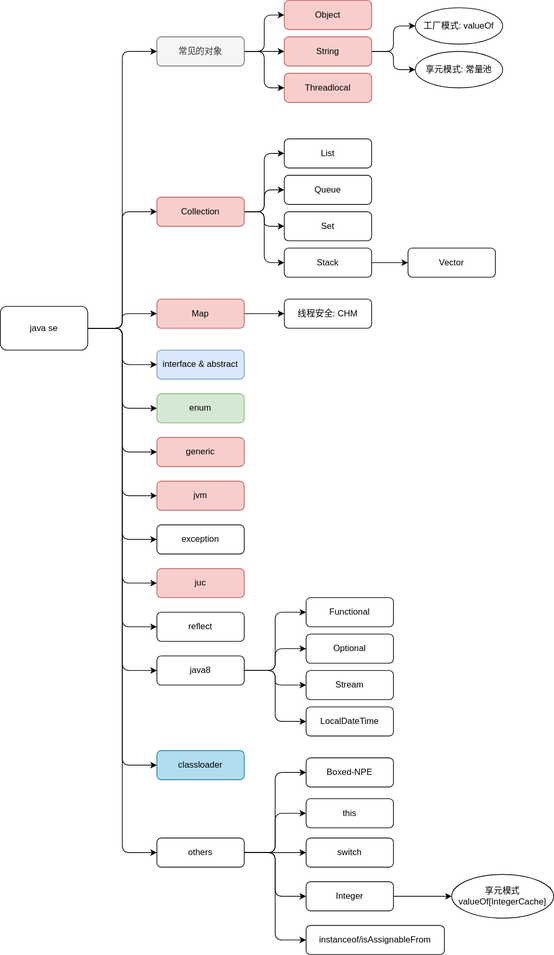
Before: diagrams/@overview/01.javase.svg, a diagram exported from draw.io (Alice52/diagrams). Source tidied: cells renumbered, new cells last; positions are measured from the earlier drawing's top-left corner, leaving out a move shared by most shapes.
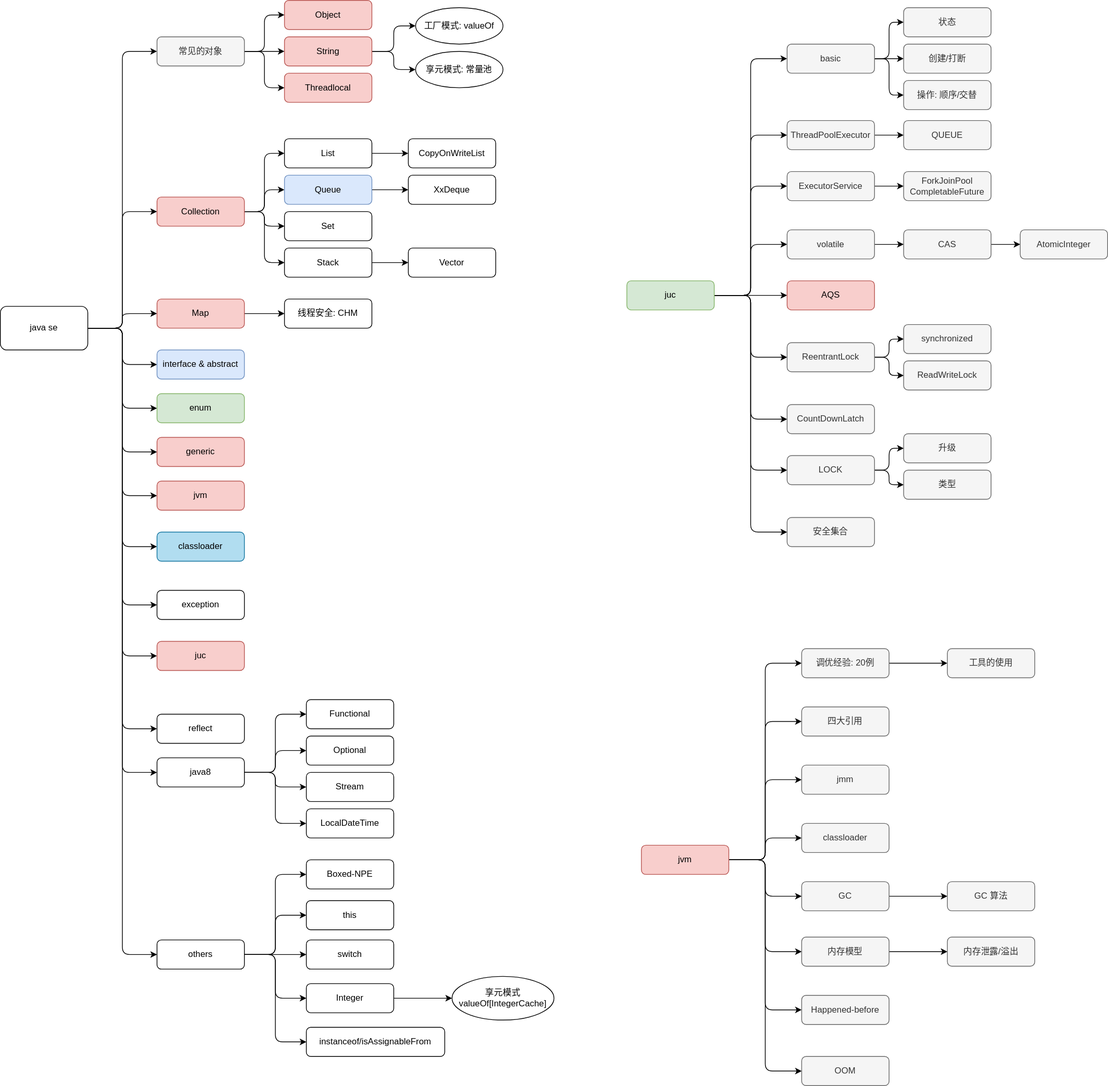
After the commit.

Commit message:
interview/se: add juc & jvm diagram

The edit, as a diff of the source:
```diff
@@ -76,2 +76,5 @@
     </mxCell>
+    <mxCell id="71" style="edgeStyle=orthogonalEdgeStyle;rounded=1;jettySize=auto;html=1;" parent="1" edge="1" source="26" target="91">
+      <mxGeometry relative="1" as="geometry" />
+    </mxCell>
     <mxCell id="26" value="List" style="rounded=1;whiteSpace=wrap;html=1;" parent="1" vertex="1">
@@ -79,3 +82,6 @@
     </mxCell>
+    <mxCell id="72" style="edgeStyle=orthogonalEdgeStyle;rounded=1;jettySize=auto;html=1;" parent="1" edge="1" source="27" target="92">
+      <mxGeometry relative="1" as="geometry" />
+    </mxCell>
-    <mxCell id="27" value="Queue" style="rounded=1;whiteSpace=wrap;html=1;" parent="1" vertex="1">
+    <mxCell id="27" value="Queue" style="rounded=1;whiteSpace=wrap;html=1;fillColor=#dae8fc;strokeColor=#6c8ebf;" parent="1" vertex="1">
       <mxGeometry x="390" y="240" width="120" height="40" as="geometry" />
@@ -113,3 +119,3 @@
     <mxCell id="38" value="exception" style="rounded=1;whiteSpace=wrap;html=1;" parent="1" vertex="1">
-      <mxGeometry x="215" y="720" width="120" height="40" as="geometry" />
+      <mxGeometry x="215" y="810" width="120" height="40" as="geometry" />
     </mxCell>
@@ -119,6 +125,6 @@
     <mxCell id="40" value="juc" style="rounded=1;whiteSpace=wrap;html=1;fillColor=#f8cecc;strokeColor=#b85450;" parent="1" vertex="1">
-      <mxGeometry x="215" y="780" width="120" height="40" as="geometry" />
+      <mxGeometry x="215" y="880" width="120" height="40" as="geometry" />
     </mxCell>
     <mxCell id="41" value="reflect" style="rounded=1;whiteSpace=wrap;html=1;" parent="1" vertex="1">
-      <mxGeometry x="215" y="840" width="120" height="40" as="geometry" />
+      <mxGeometry x="215" y="980" width="120" height="40" as="geometry" />
     </mxCell>
@@ -137,15 +143,15 @@
     <mxCell id="46" value="java8" style="rounded=1;whiteSpace=wrap;html=1;" parent="1" vertex="1">
-      <mxGeometry x="215" y="900" width="120" height="40" as="geometry" />
+      <mxGeometry x="215" y="1040" width="120" height="40" as="geometry" />
     </mxCell>
     <mxCell id="47" value="Stream" style="rounded=1;whiteSpace=wrap;html=1;" parent="1" vertex="1">
-      <mxGeometry x="420" y="920" width="120" height="40" as="geometry" />
+      <mxGeometry x="420" y="1060" width="120" height="40" as="geometry" />
     </mxCell>
     <mxCell id="48" value="Optional" style="rounded=1;whiteSpace=wrap;html=1;" parent="1" vertex="1">
-      <mxGeometry x="420" y="870" width="120" height="40" as="geometry" />
+      <mxGeometry x="420" y="1010" width="120" height="40" as="geometry" />
     </mxCell>
     <mxCell id="49" value="LocalDateTime" style="rounded=1;whiteSpace=wrap;html=1;" parent="1" vertex="1">
-      <mxGeometry x="420" y="970" width="120" height="40" as="geometry" />
+      <mxGeometry x="420" y="1110" width="120" height="40" as="geometry" />
     </mxCell>
     <mxCell id="50" value="Functional" style="rounded=1;whiteSpace=wrap;html=1;" parent="1" vertex="1">
-      <mxGeometry x="420" y="820" width="120" height="40" as="geometry" />
+      <mxGeometry x="420" y="960" width="120" height="40" as="geometry" />
     </mxCell>
@@ -179,15 +185,15 @@
     <mxCell id="60" value="others" style="rounded=1;whiteSpace=wrap;html=1;" parent="1" vertex="1">
-      <mxGeometry x="215" y="1150" width="120" height="40" as="geometry" />
+      <mxGeometry x="215" y="1290" width="120" height="40" as="geometry" />
     </mxCell>
     <mxCell id="61" value="Boxed-NPE" style="rounded=1;whiteSpace=wrap;html=1;" parent="1" vertex="1">
-      <mxGeometry x="420" y="1040" width="120" height="40" as="geometry" />
+      <mxGeometry x="420" y="1180" width="120" height="40" as="geometry" />
     </mxCell>
     <mxCell id="62" value="this" style="rounded=1;whiteSpace=wrap;html=1;" parent="1" vertex="1">
-      <mxGeometry x="420" y="1096" width="120" height="40" as="geometry" />
+      <mxGeometry x="420" y="1236" width="120" height="40" as="geometry" />
     </mxCell>
     <mxCell id="63" value="instanceof/isAssignableFrom" style="rounded=1;whiteSpace=wrap;html=1;" parent="1" vertex="1">
-      <mxGeometry x="420" y="1270" width="190" height="40" as="geometry" />
+      <mxGeometry x="420" y="1410" width="190" height="40" as="geometry" />
     </mxCell>
     <mxCell id="64" value="switch" style="rounded=1;whiteSpace=wrap;html=1;" parent="1" vertex="1">
-      <mxGeometry x="420" y="1150" width="120" height="40" as="geometry" />
+      <mxGeometry x="420" y="1290" width="120" height="40" as="geometry" />
     </mxCell>
@@ -197,6 +203,6 @@
     <mxCell id="66" value="Integer" style="rounded=1;whiteSpace=wrap;html=1;" parent="1" vertex="1">
-      <mxGeometry x="420" y="1210" width="120" height="40" as="geometry" />
+      <mxGeometry x="420" y="1350" width="120" height="40" as="geometry" />
     </mxCell>
     <mxCell id="67" value="享元模式&lt;br&gt;valueOf[IntegerCache]" style="ellipse;whiteSpace=wrap;html=1;rounded=1;" parent="1" vertex="1">
-      <mxGeometry x="620" y="1200" width="140" height="60" as="geometry" />
+      <mxGeometry x="620" y="1340" width="140" height="60" as="geometry" />
     </mxCell>
@@ -209,4 +215,202 @@
     <mxCell id="70" value="classloader" style="rounded=1;whiteSpace=wrap;html=1;fillColor=#b1ddf0;strokeColor=#10739e;" parent="1" vertex="1">
-      <mxGeometry x="215" y="1030" width="120" height="40" as="geometry" />
+      <mxGeometry x="215" y="730" width="120" height="40" as="geometry" />
     </mxCell>
+    <mxCell id="73" style="edgeStyle=orthogonalEdgeStyle;rounded=1;jettySize=auto;html=1;entryX=0;entryY=0.5;entryDx=0;entryDy=0;" parent="1" edge="1" source="82" target="84">
+      <mxGeometry relative="1" as="geometry" />
+    </mxCell>
+    <mxCell id="74" style="edgeStyle=orthogonalEdgeStyle;rounded=1;jettySize=auto;html=1;entryX=0;entryY=0.5;entryDx=0;entryDy=0;" parent="1" edge="1" source="82" target="86">
+      <mxGeometry relative="1" as="geometry" />
+    </mxCell>
+    <mxCell id="75" style="edgeStyle=orthogonalEdgeStyle;rounded=1;jettySize=auto;html=1;entryX=0;entryY=0.5;entryDx=0;entryDy=0;" parent="1" edge="1" source="82" target="89">
+      <mxGeometry relative="1" as="geometry" />
+    </mxCell>
+    <mxCell id="76" style="edgeStyle=orthogonalEdgeStyle;rounded=1;jettySize=auto;html=1;entryX=0;entryY=0.5;entryDx=0;entryDy=0;" parent="1" edge="1" source="82" target="90">
+      <mxGeometry relative="1" as="geometry" />
+    </mxCell>
+    <mxCell id="77" style="edgeStyle=orthogonalEdgeStyle;rounded=1;jettySize=auto;html=1;entryX=0;entryY=0.5;entryDx=0;entryDy=0;" parent="1" edge="1" source="82" target="94">
+      <mxGeometry relative="1" as="geometry" />
+    </mxCell>
+    <mxCell id="78" style="edgeStyle=orthogonalEdgeStyle;rounded=1;jettySize=auto;html=1;entryX=0;entryY=0.5;entryDx=0;entryDy=0;" parent="1" edge="1" source="82" target="99">
+      <mxGeometry relative="1" as="geometry" />
+    </mxCell>
+    <mxCell id="79" style="edgeStyle=orthogonalEdgeStyle;rounded=1;jettySize=auto;html=1;entryX=0;entryY=0.5;entryDx=0;entryDy=0;" parent="1" edge="1" source="82" target="103">
+      <mxGeometry relative="1" as="geometry" />
+    </mxCell>
+    <mxCell id="80" style="edgeStyle=orthogonalEdgeStyle;rounded=1;jettySize=auto;html=1;entryX=0;entryY=0.5;entryDx=0;entryDy=0;" parent="1" edge="1" source="82" target="110">
+      <mxGeometry relative="1" as="geometry" />
+    </mxCell>
+    <mxCell id="81" style="edgeStyle=orthogonalEdgeStyle;rounded=1;jettySize=auto;html=1;entryX=0;entryY=0.5;entryDx=0;entryDy=0;" parent="1" edge="1" source="82" target="138">
+      <mxGeometry relative="1" as="geometry" />
+    </mxCell>
+    <mxCell id="82" value="juc" style="rounded=1;whiteSpace=wrap;html=1;fillColor=#d5e8d4;strokeColor=#82b366;" parent="1" vertex="1">
+      <mxGeometry x="860" y="385" width="120" height="40" as="geometry" />
+    </mxCell>
+    <mxCell id="83" style="edgeStyle=orthogonalEdgeStyle;rounded=1;jettySize=auto;html=1;" parent="1" edge="1" source="84" target="126">
+      <mxGeometry relative="1" as="geometry" />
+    </mxCell>
+    <mxCell id="84" value="ThreadPoolExecutor" style="rounded=1;whiteSpace=wrap;html=1;fillColor=#f5f5f5;strokeColor=#666666;fontColor=#333333;" parent="1" vertex="1">
+      <mxGeometry x="1080" y="165" width="120" height="40" as="geometry" />
+    </mxCell>
+    <mxCell id="85" style="edgeStyle=orthogonalEdgeStyle;rounded=1;jettySize=auto;html=1;" parent="1" edge="1" source="86" target="112">
+      <mxGeometry relative="1" as="geometry" />
+    </mxCell>
+    <mxCell id="86" value="ExecutorService" style="rounded=1;whiteSpace=wrap;html=1;fillColor=#f5f5f5;strokeColor=#666666;fontColor=#333333;" parent="1" vertex="1">
+      <mxGeometry x="1080" y="235" width="120" height="40" as="geometry" />
+    </mxCell>
+    <mxCell id="87" style="edgeStyle=orthogonalEdgeStyle;rounded=1;jettySize=auto;html=1;" parent="1" edge="1" source="89" target="107">
+      <mxGeometry relative="1" as="geometry" />
+    </mxCell>
+    <mxCell id="88" style="edgeStyle=orthogonalEdgeStyle;rounded=1;jettySize=auto;html=1;entryX=0;entryY=0.5;entryDx=0;entryDy=0;" parent="1" edge="1" source="89" target="111">
+      <mxGeometry relative="1" as="geometry" />
+    </mxCell>
+    <mxCell id="89" value="ReentrantLock" style="rounded=1;whiteSpace=wrap;html=1;fillColor=#f5f5f5;strokeColor=#666666;fontColor=#333333;" parent="1" vertex="1">
+      <mxGeometry x="1080" y="470" width="120" height="40" as="geometry" />
+    </mxCell>
+    <mxCell id="90" value="AQS" style="rounded=1;whiteSpace=wrap;html=1;fillColor=#f8cecc;strokeColor=#b85450;" parent="1" vertex="1">
+      <mxGeometry x="1080" y="385" width="120" height="40" as="geometry" />
+    </mxCell>
+    <mxCell id="91" value="CopyOnWriteList" style="rounded=1;whiteSpace=wrap;html=1;" parent="1" vertex="1">
+      <mxGeometry x="560" y="190" width="120" height="40" as="geometry" />
+    </mxCell>
+    <mxCell id="92" value="XxDeque" style="rounded=1;whiteSpace=wrap;html=1;" parent="1" vertex="1">
+      <mxGeometry x="560" y="240" width="120" height="40" as="geometry" />
+    </mxCell>
+    <mxCell id="93" style="edgeStyle=orthogonalEdgeStyle;rounded=1;jettySize=auto;html=1;" parent="1" edge="1" source="94" target="96">
+      <mxGeometry relative="1" as="geometry" />
+    </mxCell>
+    <mxCell id="94" value="volatile" style="rounded=1;whiteSpace=wrap;html=1;fillColor=#f5f5f5;strokeColor=#666666;fontColor=#333333;" parent="1" vertex="1">
+      <mxGeometry x="1080" y="315" width="120" height="40" as="geometry" />
+    </mxCell>
+    <mxCell id="95" style="edgeStyle=orthogonalEdgeStyle;rounded=1;jettySize=auto;html=1;" parent="1" edge="1" source="96" target="97">
+      <mxGeometry relative="1" as="geometry" />
+    </mxCell>
+    <mxCell id="96" value="CAS" style="rounded=1;whiteSpace=wrap;html=1;fillColor=#f5f5f5;strokeColor=#666666;fontColor=#333333;" parent="1" vertex="1">
+      <mxGeometry x="1240" y="315" width="120" height="40" as="geometry" />
+    </mxCell>
+    <mxCell id="97" value="AtomicInteger" style="rounded=1;whiteSpace=wrap;html=1;fillColor=#f5f5f5;strokeColor=#666666;fontColor=#333333;" parent="1" vertex="1">
+      <mxGeometry x="1400" y="315" width="120" height="40" as="geometry" />
+    </mxCell>
+    <mxCell id="98" value="四大引用" style="rounded=1;whiteSpace=wrap;html=1;fillColor=#f5f5f5;strokeColor=#666666;fontColor=#333333;" parent="1" vertex="1">
+      <mxGeometry x="1100" y="970" width="120" height="40" as="geometry" />
+    </mxCell>
+    <mxCell id="99" value="CountDownLatch" style="rounded=1;whiteSpace=wrap;html=1;fillColor=#f5f5f5;strokeColor=#666666;fontColor=#333333;" parent="1" vertex="1">
+      <mxGeometry x="1080" y="555" width="120" height="40" as="geometry" />
+    </mxCell>
+    <mxCell id="100" style="edgeStyle=orthogonalEdgeStyle;rounded=1;jettySize=auto;html=1;entryX=0;entryY=0.5;entryDx=0;entryDy=0;" parent="1" edge="1" source="103" target="104">
+      <mxGeometry relative="1" as="geometry" />
+    </mxCell>
+    <mxCell id="101" style="edgeStyle=orthogonalEdgeStyle;rounded=1;jettySize=auto;html=1;entryX=0;entryY=0.5;entryDx=0;entryDy=0;" parent="1" edge="1" source="103" target="105">
+      <mxGeometry relative="1" as="geometry" />
+    </mxCell>
+    <mxCell id="102" style="edgeStyle=orthogonalEdgeStyle;rounded=1;jettySize=auto;html=1;entryX=0;entryY=0.5;entryDx=0;entryDy=0;" parent="1" edge="1" source="103" target="106">
+      <mxGeometry relative="1" as="geometry" />
+    </mxCell>
+    <mxCell id="103" value="basic" style="rounded=1;whiteSpace=wrap;html=1;fillColor=#f5f5f5;strokeColor=#666666;fontColor=#333333;" parent="1" vertex="1">
+      <mxGeometry x="1080" y="60" width="120" height="40" as="geometry" />
+    </mxCell>
+    <mxCell id="104" value="状态" style="rounded=1;whiteSpace=wrap;html=1;fillColor=#f5f5f5;strokeColor=#666666;fontColor=#333333;" parent="1" vertex="1">
+      <mxGeometry x="1240" y="10" width="120" height="40" as="geometry" />
+    </mxCell>
+    <mxCell id="105" value="创建/打断" style="rounded=1;whiteSpace=wrap;html=1;fillColor=#f5f5f5;strokeColor=#666666;fontColor=#333333;" parent="1" vertex="1">
+      <mxGeometry x="1240" y="60" width="120" height="40" as="geometry" />
+    </mxCell>
+    <mxCell id="106" value="操作: 顺序/交替" style="rounded=1;whiteSpace=wrap;html=1;fillColor=#f5f5f5;strokeColor=#666666;fontColor=#333333;" parent="1" vertex="1">
+      <mxGeometry x="1240" y="110" width="120" height="40" as="geometry" />
+    </mxCell>
+    <mxCell id="107" value="synchronized" style="rounded=1;whiteSpace=wrap;html=1;fillColor=#f5f5f5;strokeColor=#666666;fontColor=#333333;" parent="1" vertex="1">
+      <mxGeometry x="1240" y="445" width="120" height="40" as="geometry" />
+    </mxCell>
+    <mxCell id="108" style="edgeStyle=orthogonalEdgeStyle;rounded=1;jettySize=auto;html=1;" parent="1" edge="1" source="110" target="124">
+      <mxGeometry relative="1" as="geometry" />
+    </mxCell>
+    <mxCell id="109" style="edgeStyle=orthogonalEdgeStyle;rounded=1;jettySize=auto;html=1;entryX=0;entryY=0.5;entryDx=0;entryDy=0;" parent="1" edge="1" source="110" target="125">
+      <mxGeometry relative="1" as="geometry" />
+    </mxCell>
+    <mxCell id="110" value="LOCK" style="rounded=1;whiteSpace=wrap;html=1;fillColor=#f5f5f5;strokeColor=#666666;fontColor=#333333;" parent="1" vertex="1">
+      <mxGeometry x="1080" y="625" width="120" height="40" as="geometry" />
+    </mxCell>
+    <mxCell id="111" value="ReadWriteLock" style="rounded=1;whiteSpace=wrap;html=1;fillColor=#f5f5f5;strokeColor=#666666;fontColor=#333333;" parent="1" vertex="1">
+      <mxGeometry x="1240" y="495" width="120" height="40" as="geometry" />
+    </mxCell>
+    <mxCell id="112" value="ForkJoinPool&lt;br&gt;CompletableFuture" style="rounded=1;whiteSpace=wrap;html=1;fillColor=#f5f5f5;strokeColor=#666666;fontColor=#333333;" parent="1" vertex="1">
+      <mxGeometry x="1240" y="235" width="120" height="40" as="geometry" />
+    </mxCell>
+    <mxCell id="113" style="edgeStyle=orthogonalEdgeStyle;rounded=1;jettySize=auto;html=1;entryX=0;entryY=0.5;entryDx=0;entryDy=0;" parent="1" edge="1" source="121" target="123">
+      <mxGeometry relative="1" as="geometry" />
+    </mxCell>
+    <mxCell id="114" style="edgeStyle=orthogonalEdgeStyle;rounded=1;jettySize=auto;html=1;entryX=0;entryY=0.5;entryDx=0;entryDy=0;" parent="1" edge="1" source="121" target="98">
+      <mxGeometry relative="1" as="geometry" />
+    </mxCell>
+    <mxCell id="115" style="edgeStyle=orthogonalEdgeStyle;rounded=1;jettySize=auto;html=1;entryX=0;entryY=0.5;entryDx=0;entryDy=0;" parent="1" edge="1" source="121" target="127">
+      <mxGeometry relative="1" as="geometry" />
+    </mxCell>
+    <mxCell id="116" style="edgeStyle=orthogonalEdgeStyle;rounded=1;jettySize=auto;html=1;entryX=0;entryY=0.5;entryDx=0;entryDy=0;" parent="1" edge="1" source="121" target="128">
+      <mxGeometry relative="1" as="geometry" />
+    </mxCell>
+    <mxCell id="117" style="edgeStyle=orthogonalEdgeStyle;rounded=1;jettySize=auto;html=1;entryX=0;entryY=0.5;entryDx=0;entryDy=0;" parent="1" edge="1" source="121" target="130">
+      <mxGeometry relative="1" as="geometry" />
+    </mxCell>
+    <mxCell id="118" style="edgeStyle=orthogonalEdgeStyle;rounded=1;jettySize=auto;html=1;entryX=0;entryY=0.5;entryDx=0;entryDy=0;" parent="1" edge="1" source="121" target="133">
+      <mxGeometry relative="1" as="geometry" />
+    </mxCell>
+    <mxCell id="119" style="edgeStyle=orthogonalEdgeStyle;rounded=1;jettySize=auto;html=1;entryX=0;entryY=0.5;entryDx=0;entryDy=0;" parent="1" edge="1" source="121" target="134">
+      <mxGeometry relative="1" as="geometry" />
+    </mxCell>
+    <mxCell id="120" style="edgeStyle=orthogonalEdgeStyle;rounded=1;jettySize=auto;html=1;entryX=0;entryY=0.5;entryDx=0;entryDy=0;" parent="1" edge="1" source="121" target="135">
+      <mxGeometry relative="1" as="geometry" />
+    </mxCell>
+    <mxCell id="121" value="jvm" style="rounded=1;whiteSpace=wrap;html=1;fillColor=#f8cecc;strokeColor=#b85450;" parent="1" vertex="1">
+      <mxGeometry x="880" y="1160" width="120" height="40" as="geometry" />
+    </mxCell>
+    <mxCell id="122" style="edgeStyle=orthogonalEdgeStyle;rounded=1;jettySize=auto;html=1;" parent="1" edge="1" source="123" target="137">
+      <mxGeometry relative="1" as="geometry" />
+    </mxCell>
+    <mxCell id="123" value="调优经验: 20例" style="rounded=1;whiteSpace=wrap;html=1;fillColor=#f5f5f5;strokeColor=#666666;fontColor=#333333;" parent="1" vertex="1">
+      <mxGeometry x="1100" y="890" width="120" height="40" as="geometry" />
+    </mxCell>
+    <mxCell id="124" value="升级" style="rounded=1;whiteSpace=wrap;html=1;fillColor=#f5f5f5;strokeColor=#666666;fontColor=#333333;" parent="1" vertex="1">
+      <mxGeometry x="1240" y="595" width="120" height="40" as="geometry" />
+    </mxCell>
+    <mxCell id="125" value="类型" style="rounded=1;whiteSpace=wrap;html=1;fillColor=#f5f5f5;strokeColor=#666666;fontColor=#333333;" parent="1" vertex="1">
+      <mxGeometry x="1240" y="645" width="120" height="40" as="geometry" />
+    </mxCell>
+    <mxCell id="126" value="QUEUE" style="rounded=1;whiteSpace=wrap;html=1;fillColor=#f5f5f5;strokeColor=#666666;fontColor=#333333;" parent="1" vertex="1">
+      <mxGeometry x="1240" y="165" width="120" height="40" as="geometry" />
+    </mxCell>
+    <mxCell id="127" value="jmm" style="rounded=1;whiteSpace=wrap;html=1;fillColor=#f5f5f5;strokeColor=#666666;fontColor=#333333;" parent="1" vertex="1">
+      <mxGeometry x="1100" y="1050" width="120" height="40" as="geometry" />
+    </mxCell>
+    <mxCell id="128" value="classloader" style="rounded=1;whiteSpace=wrap;html=1;fillColor=#f5f5f5;strokeColor=#666666;fontColor=#333333;" parent="1" vertex="1">
+      <mxGeometry x="1100" y="1130" width="120" height="40" as="geometry" />
+    </mxCell>
+    <mxCell id="129" style="edgeStyle=orthogonalEdgeStyle;rounded=1;jettySize=auto;html=1;" parent="1" edge="1" source="130" target="131">
+      <mxGeometry relative="1" as="geometry" />
+    </mxCell>
+    <mxCell id="130" value="GC" style="rounded=1;whiteSpace=wrap;html=1;fillColor=#f5f5f5;strokeColor=#666666;fontColor=#333333;" parent="1" vertex="1">
+      <mxGeometry x="1100" y="1210" width="120" height="40" as="geometry" />
+    </mxCell>
+    <mxCell id="131" value="GC 算法" style="rounded=1;whiteSpace=wrap;html=1;fillColor=#f5f5f5;strokeColor=#666666;fontColor=#333333;" parent="1" vertex="1">
+      <mxGeometry x="1300" y="1210" width="120" height="40" as="geometry" />
+    </mxCell>
+    <mxCell id="132" style="edgeStyle=orthogonalEdgeStyle;rounded=1;jettySize=auto;html=1;" parent="1" edge="1" source="133" target="136">
+      <mxGeometry relative="1" as="geometry" />
+    </mxCell>
+    <mxCell id="133" value="内存模型" style="rounded=1;whiteSpace=wrap;html=1;fillColor=#f5f5f5;strokeColor=#666666;fontColor=#333333;" parent="1" vertex="1">
+      <mxGeometry x="1100" y="1286" width="120" height="40" as="geometry" />
+    </mxCell>
+    <mxCell id="134" value="Happened-before" style="rounded=1;whiteSpace=wrap;html=1;fillColor=#f5f5f5;strokeColor=#666666;fontColor=#333333;" parent="1" vertex="1">
+      <mxGeometry x="1100" y="1366" width="120" height="40" as="geometry" />
+    </mxCell>
+    <mxCell id="135" value="OOM" style="rounded=1;whiteSpace=wrap;html=1;fillColor=#f5f5f5;strokeColor=#666666;fontColor=#333333;" parent="1" vertex="1">
+      <mxGeometry x="1100" y="1450" width="120" height="40" as="geometry" />
+    </mxCell>
+    <mxCell id="136" value="内存泄露/溢出" style="rounded=1;whiteSpace=wrap;html=1;fillColor=#f5f5f5;strokeColor=#666666;fontColor=#333333;" parent="1" vertex="1">
+      <mxGeometry x="1300" y="1286" width="120" height="40" as="geometry" />
+    </mxCell>
+    <mxCell id="137" value="工具的使用" style="rounded=1;whiteSpace=wrap;html=1;fillColor=#f5f5f5;strokeColor=#666666;fontColor=#333333;" parent="1" vertex="1">
+      <mxGeometry x="1300" y="890" width="120" height="40" as="geometry" />
+    </mxCell>
+    <mxCell id="138" value="安全集合" style="rounded=1;whiteSpace=wrap;html=1;fillColor=#f5f5f5;strokeColor=#666666;fontColor=#333333;" parent="1" vertex="1">
+      <mxGeometry x="1080" y="710" width="120" height="40" as="geometry" />
+    </mxCell>
   </root>
```
